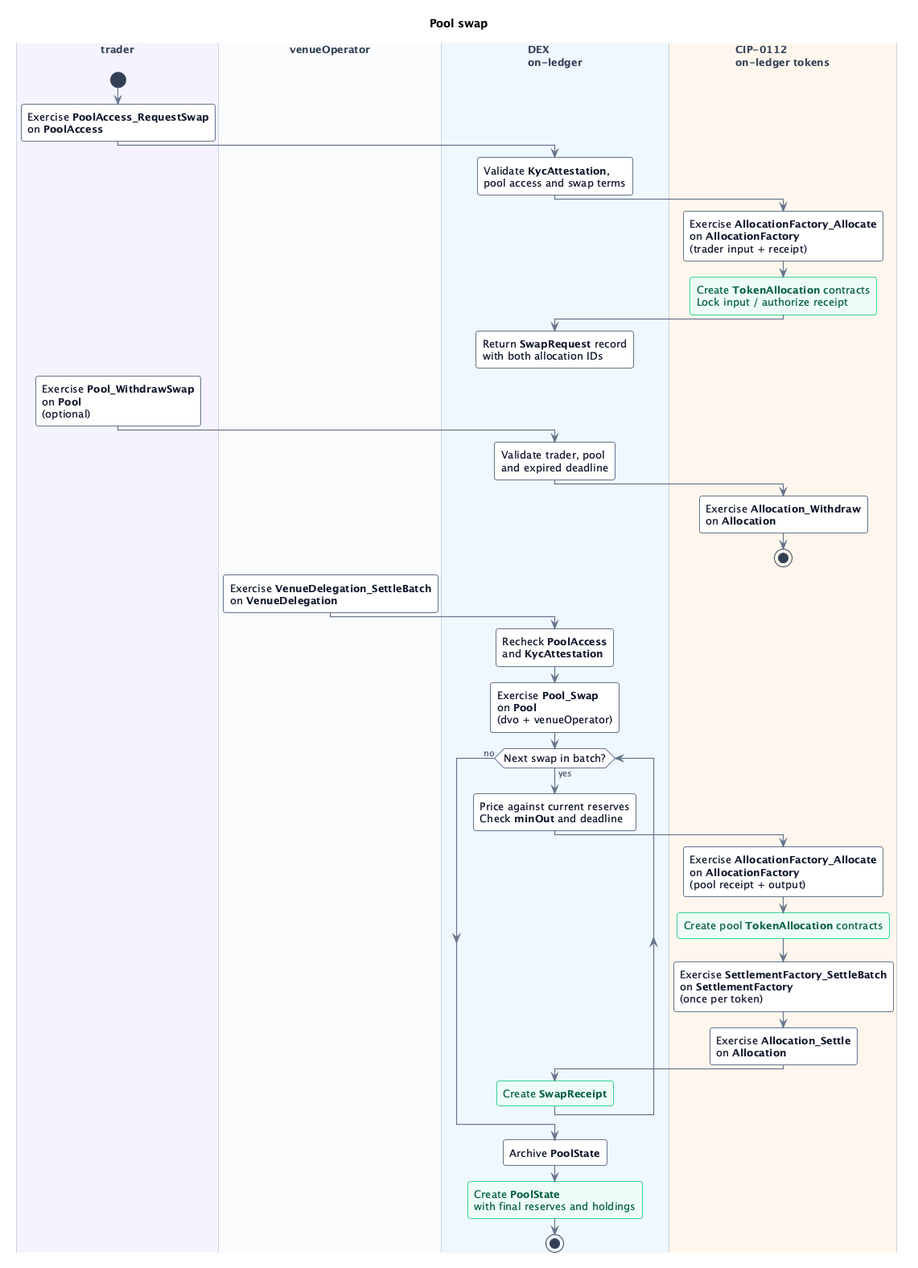
This is docs/flows/images/pool-swap.png from laurenmxv/canton-dex, a PlantUML export, as it was before one commit. Source of this version:
```plantuml
@startuml pool-swap
skinparamlocked dpiCommandLine 200
title Pool swap

<style>
activityDiagram {
  FontName Inter
  FontSize 13
  BackgroundColor #FFFFFF
  activity {
    BackgroundColor #FFFFFF
    LineColor #64748B
    LineThickness 1
    RoundCorner 6
    FontColor #0F172A
    Padding 8
    Margin 7
  }
  arrow {
    LineColor #64748B
    LineThickness 1.2
    FontColor #4A5A6A
    FontSize 11
  }
  swimlane {
    LineColor #CBD5E1
    LineThickness 1
    FontColor #334155
    FontStyle bold
  }
  circle {
    BackgroundColor #334155
    LineColor #334155
  }
  note {
    BackgroundColor #FFFFFF
    LineColor #CBD5E1
    FontColor #475569
    FontSize 11
  }
  .created {
    BackgroundColor #ECFDF5
    LineColor #34D399
    FontColor #065F46
  }
}
</style>

|#F5F3FF|trader|
|#F8FAFC|venueOperator|
|#EFF6FF|DEX\non-ledger|
|#FFF7ED|CIP-0112\non-ledger tokens|

|trader|
start
:Exercise **PoolAccess_RequestSwap**\non **PoolAccess**;
|DEX\non-ledger|
:Validate **KycAttestation**,\npool access and swap terms;
|CIP-0112\non-ledger tokens|
:Exercise **AllocationFactory_Allocate**\non **AllocationFactory**\n(trader input + receipt);
:Create **TokenAllocation** contracts\nLock input / authorize receipt; <<created>>
|DEX\non-ledger|
:Return **SwapRequest** record\nwith both allocation IDs;
detach

|trader|
:Exercise **Pool_WithdrawSwap**\non **Pool**\n(optional);
|DEX\non-ledger|
:Validate trader, pool\nand expired deadline;
|CIP-0112\non-ledger tokens|
:Exercise **Allocation_Withdraw**\non **Allocation**;
stop

|venueOperator|
:Exercise **VenueDelegation_SettleBatch**\non **VenueDelegation**;
|DEX\non-ledger|
:Recheck **PoolAccess**\nand **KycAttestation**;
:Exercise **Pool_Swap**\non **Pool**\n(dvo + venueOperator);
while (Next swap in batch?) is (yes)
  :Price against current reserves\nCheck **minOut** and deadline;
  |CIP-0112\non-ledger tokens|
  :Exercise **AllocationFactory_Allocate**\non **AllocationFactory**\n(pool receipt + output);
  :Create pool **TokenAllocation** contracts; <<created>>
  :Exercise **SettlementFactory_SettleBatch**\non **SettlementFactory**\n(once per token);
  :Exercise **Allocation_Settle**\non **Allocation**;
  |DEX\non-ledger|
  :Create **SwapReceipt**; <<created>>
endwhile (no)
:Archive **PoolState**;
:Create **PoolState**\nwith final reserves and holdings; <<created>>
stop
@enduml
```
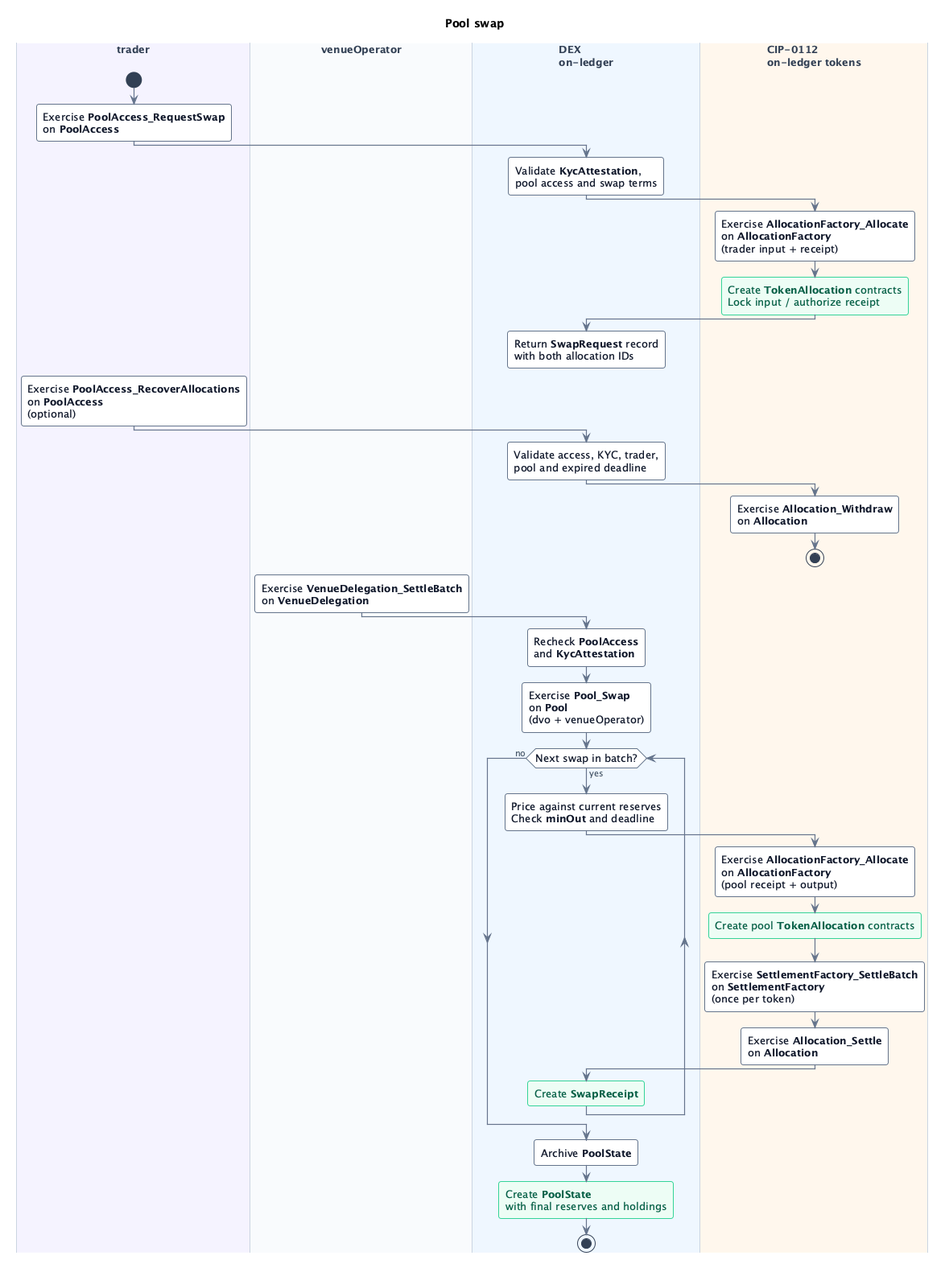
Above is the later version.

The edit, as a diff of the source:
```diff
@@ -64,9 +64,9 @@
 detach
 
 |trader|
-:Exercise **Pool_WithdrawSwap**\non **Pool**\n(optional);
+:Exercise **PoolAccess_RecoverAllocations**\non **PoolAccess**\n(optional);
 |DEX\non-ledger|
-:Validate trader, pool\nand expired deadline;
+:Validate access, KYC, trader,\npool and expired deadline;
 |CIP-0112\non-ledger tokens|
 :Exercise **Allocation_Withdraw**\non **Allocation**;
 stop
```
